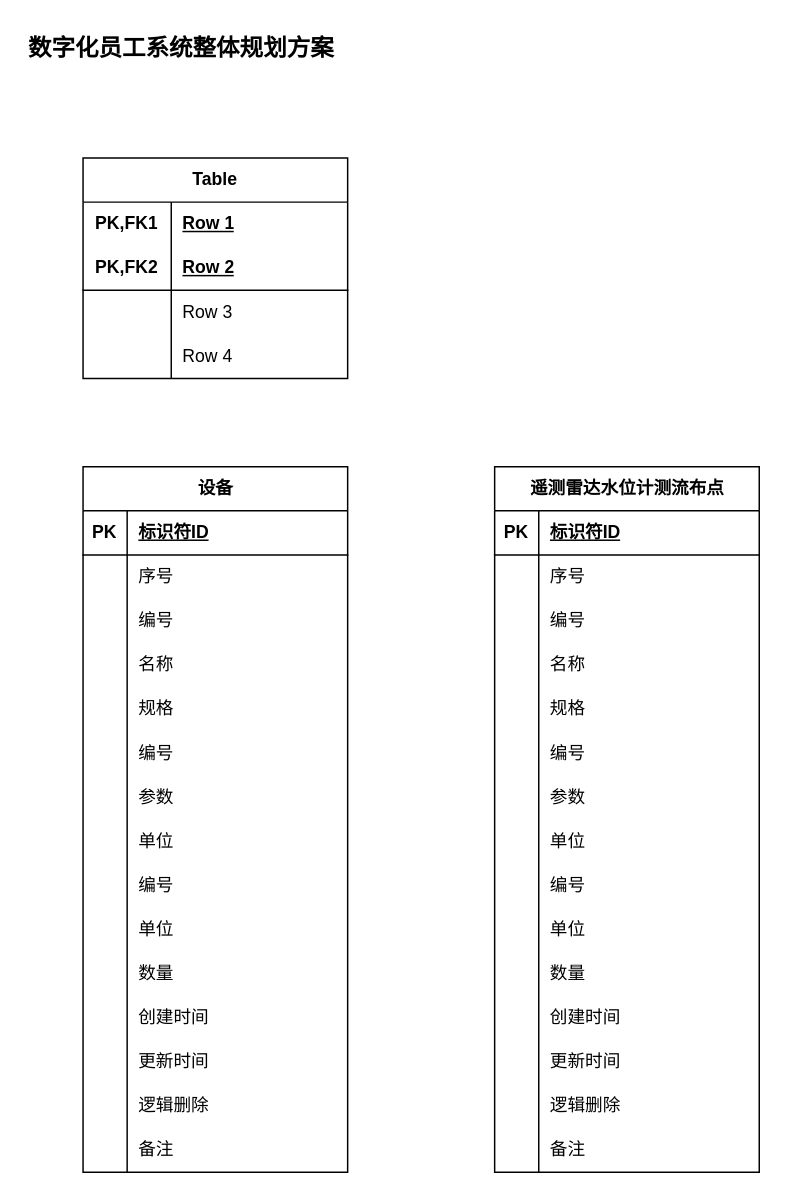
Above: src/main/work/zhonghuan/20231030115011.drawio in ab-doc/draw.io (draw.io), before the change. Source tidied: cells renumbered, new cells numbered last; positions are measured from the earlier drawing's top-left corner, leaving out a move shared by most shapes. Both pictures are drawn from the tidied source at 147%, with x=0, y=0 at pixel (24, 25).
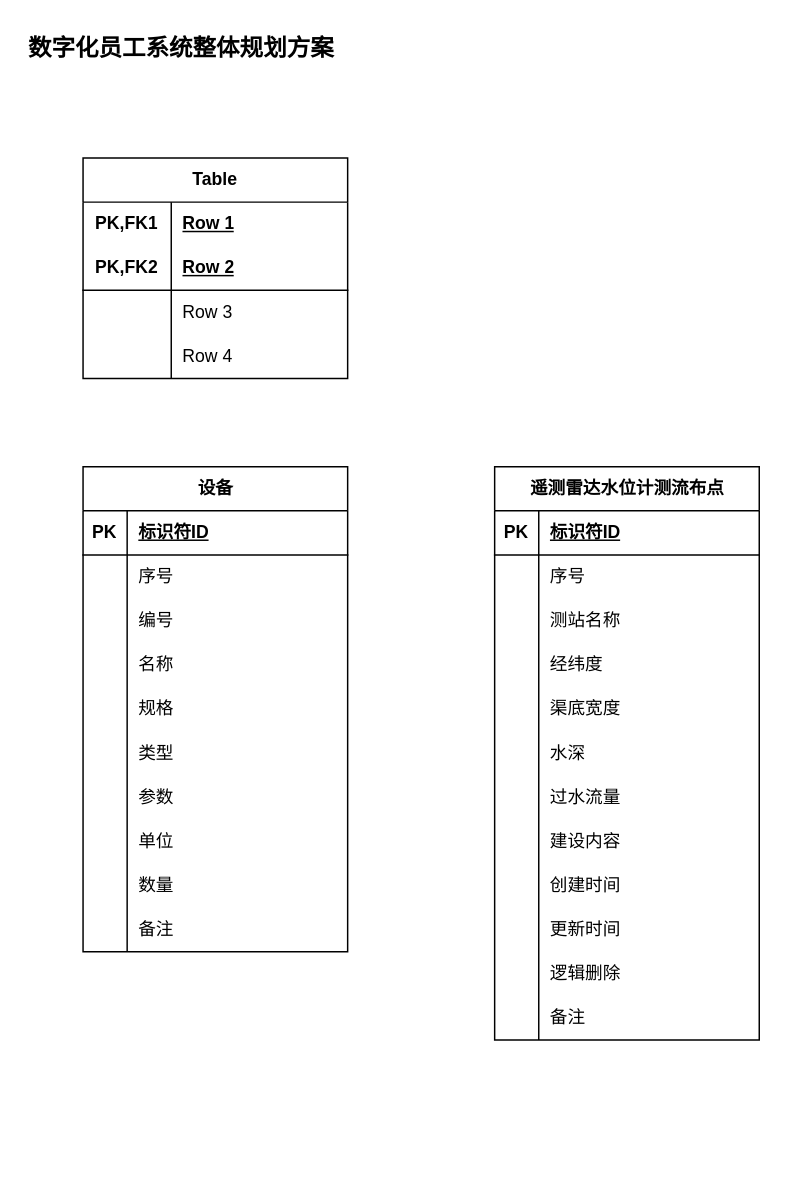
Above is the later version.

Unchanged cells that the change refers to:
```xml
<mxCell id="32" style="shape=tableRow;horizontal=0;startSize=0;swimlaneHead=0;swimlaneBody=0;fillColor=none;top=0;left=0;right=0;bottom=0;" parent="16" vertex="1">
  <mxGeometry y="180" width="180" height="30" as="geometry" />
</mxCell>
<mxCell id="69" style="shape=tableRow;horizontal=0;startSize=0;swimlaneHead=0;swimlaneBody=0;fillColor=none;top=0;left=0;right=0;bottom=0;" parent="62" vertex="1">
  <mxGeometry y="90" width="180" height="30" as="geometry" />
</mxCell>
<mxCell id="72" style="shape=tableRow;horizontal=0;startSize=0;swimlaneHead=0;swimlaneBody=0;fillColor=none;top=0;left=0;right=0;bottom=0;" parent="62" vertex="1">
  <mxGeometry y="120" width="180" height="30" as="geometry" />
</mxCell>
<mxCell id="75" style="shape=tableRow;horizontal=0;startSize=0;swimlaneHead=0;swimlaneBody=0;fillColor=none;top=0;left=0;right=0;bottom=0;" parent="62" vertex="1">
  <mxGeometry y="150" width="180" height="30" as="geometry" />
</mxCell>
<mxCell id="78" style="shape=tableRow;horizontal=0;startSize=0;swimlaneHead=0;swimlaneBody=0;fillColor=none;top=0;left=0;right=0;bottom=0;" parent="62" vertex="1">
  <mxGeometry y="180" width="180" height="30" as="geometry" />
</mxCell>
<mxCell id="81" style="shape=tableRow;horizontal=0;startSize=0;swimlaneHead=0;swimlaneBody=0;fillColor=none;top=0;left=0;right=0;bottom=0;" parent="62" vertex="1">
  <mxGeometry y="210" width="180" height="30" as="geometry" />
</mxCell>
```

The edit, as a diff of the source:
```diff
@@
     <mxCell id="16" value="设备" style="shape=table;startSize=30;childLayout=tableLayout;rowLines=0;fontStyle=1;align=center;html=1;" parent="1" vertex="1">
-      <mxGeometry x="40" y="300" width="180" height="480" as="geometry" />
+      <mxGeometry x="40" y="300" width="180" height="330" as="geometry" />
     </mxCell>
@@
-    <mxCell id="34" value="编号" style="shape=partialRectangle;fillColor=none;top=0;left=0;bottom=0;right=0;align=left;spacingLeft=6;overflow=hidden;whiteSpace=wrap;html=1;" parent="32" vertex="1">
+    <mxCell id="34" value="类型" style="shape=partialRectangle;fillColor=none;top=0;left=0;bottom=0;right=0;align=left;spacingLeft=6;overflow=hidden;whiteSpace=wrap;html=1;" parent="32" vertex="1">
       <mxGeometry x="30" width="150" height="30" as="geometry" />
     </mxCell>
@@
-    <mxCell id="38" style="shape=tableRow;horizontal=0;startSize=0;swimlaneHead=0;swimlaneBody=0;fillColor=none;top=0;left=0;right=0;bottom=0;" parent="16" vertex="1">
-      <mxGeometry y="240" width="180" height="30" as="geometry" />
-    </mxCell>
-    <mxCell id="39" style="shape=partialRectangle;fillColor=none;top=0;left=0;bottom=0;right=0;overflow=hidden;whiteSpace=wrap;html=1;" parent="38" vertex="1">
-      <mxGeometry width="30" height="30" as="geometry" />
-    </mxCell>
-    <mxCell id="40" value="单位" style="shape=partialRectangle;fillColor=none;top=0;left=0;bottom=0;right=0;align=left;spacingLeft=6;overflow=hidden;whiteSpace=wrap;html=1;" parent="38" vertex="1">
-      <mxGeometry x="30" width="150" height="30" as="geometry" />
-    </mxCell>
-    <mxCell id="41" style="shape=tableRow;horizontal=0;startSize=0;swimlaneHead=0;swimlaneBody=0;fillColor=none;top=0;left=0;right=0;bottom=0;" parent="16" vertex="1">
-      <mxGeometry y="270" width="180" height="30" as="geometry" />
-    </mxCell>
-    <mxCell id="42" style="shape=partialRectangle;fillColor=none;top=0;left=0;bottom=0;right=0;overflow=hidden;whiteSpace=wrap;html=1;" parent="41" vertex="1">
-      <mxGeometry width="30" height="30" as="geometry" />
-    </mxCell>
-    <mxCell id="43" value="编号" style="shape=partialRectangle;fillColor=none;top=0;left=0;bottom=0;right=0;align=left;spacingLeft=6;overflow=hidden;whiteSpace=wrap;html=1;" parent="41" vertex="1">
-      <mxGeometry x="30" width="150" height="30" as="geometry" />
-    </mxCell>
     <mxCell id="44" style="shape=tableRow;horizontal=0;startSize=0;swimlaneHead=0;swimlaneBody=0;fillColor=none;top=0;left=0;right=0;bottom=0;" parent="16" vertex="1">
-      <mxGeometry y="300" width="180" height="30" as="geometry" />
+      <mxGeometry y="240" width="180" height="30" as="geometry" />
     </mxCell>
@@
     <mxCell id="47" style="shape=tableRow;horizontal=0;startSize=0;swimlaneHead=0;swimlaneBody=0;fillColor=none;top=0;left=0;right=0;bottom=0;" parent="16" vertex="1">
-      <mxGeometry y="330" width="180" height="30" as="geometry" />
+      <mxGeometry y="270" width="180" height="30" as="geometry" />
     </mxCell>
@@
-    <mxCell id="50" style="shape=tableRow;horizontal=0;startSize=0;swimlaneHead=0;swimlaneBody=0;fillColor=none;top=0;left=0;right=0;bottom=0;" parent="16" vertex="1">
-      <mxGeometry y="360" width="180" height="30" as="geometry" />
-    </mxCell>
-    <mxCell id="51" style="shape=partialRectangle;fillColor=none;top=0;left=0;bottom=0;right=0;overflow=hidden;whiteSpace=wrap;html=1;" parent="50" vertex="1">
-      <mxGeometry width="30" height="30" as="geometry" />
-    </mxCell>
-    <mxCell id="52" value="创建时间" style="shape=partialRectangle;fillColor=none;top=0;left=0;bottom=0;right=0;align=left;spacingLeft=6;overflow=hidden;whiteSpace=wrap;html=1;" parent="50" vertex="1">
-      <mxGeometry x="30" width="150" height="30" as="geometry" />
-    </mxCell>
-    <mxCell id="53" style="shape=tableRow;horizontal=0;startSize=0;swimlaneHead=0;swimlaneBody=0;fillColor=none;top=0;left=0;right=0;bottom=0;" parent="16" vertex="1">
-      <mxGeometry y="390" width="180" height="30" as="geometry" />
-    </mxCell>
-    <mxCell id="54" style="shape=partialRectangle;fillColor=none;top=0;left=0;bottom=0;right=0;overflow=hidden;whiteSpace=wrap;html=1;" parent="53" vertex="1">
-      <mxGeometry width="30" height="30" as="geometry" />
-    </mxCell>
-    <mxCell id="55" value="更新时间" style="shape=partialRectangle;fillColor=none;top=0;left=0;bottom=0;right=0;align=left;spacingLeft=6;overflow=hidden;whiteSpace=wrap;html=1;" parent="53" vertex="1">
-      <mxGeometry x="30" width="150" height="30" as="geometry" />
-    </mxCell>
-    <mxCell id="56" style="shape=tableRow;horizontal=0;startSize=0;swimlaneHead=0;swimlaneBody=0;fillColor=none;top=0;left=0;right=0;bottom=0;" parent="16" vertex="1">
-      <mxGeometry y="420" width="180" height="30" as="geometry" />
-    </mxCell>
-    <mxCell id="57" style="shape=partialRectangle;fillColor=none;top=0;left=0;bottom=0;right=0;overflow=hidden;whiteSpace=wrap;html=1;" parent="56" vertex="1">
-      <mxGeometry width="30" height="30" as="geometry" />
-    </mxCell>
-    <mxCell id="58" value="逻辑删除" style="shape=partialRectangle;fillColor=none;top=0;left=0;bottom=0;right=0;align=left;spacingLeft=6;overflow=hidden;whiteSpace=wrap;html=1;" parent="56" vertex="1">
-      <mxGeometry x="30" width="150" height="30" as="geometry" />
-    </mxCell>
     <mxCell id="59" style="shape=tableRow;horizontal=0;startSize=0;swimlaneHead=0;swimlaneBody=0;fillColor=none;top=0;left=0;right=0;bottom=0;" parent="16" vertex="1">
-      <mxGeometry y="450" width="180" height="30" as="geometry" />
+      <mxGeometry y="300" width="180" height="30" as="geometry" />
     </mxCell>
@@
     <mxCell id="62" value="遥测雷达水位计测流布点" style="shape=table;startSize=30;childLayout=tableLayout;rowLines=0;fontStyle=1;align=center;html=1;" parent="1" vertex="1">
-      <mxGeometry x="320" y="300" width="180" height="480" as="geometry" />
+      <mxGeometry x="320" y="300" width="180" height="390" as="geometry" />
     </mxCell>
@@
-    <mxCell id="71" value="编号" style="shape=partialRectangle;fillColor=none;top=0;left=0;bottom=0;right=0;align=left;spacingLeft=6;overflow=hidden;whiteSpace=wrap;html=1;" parent="69" vertex="1">
+    <mxCell id="71" value="测站名称" style="shape=partialRectangle;fillColor=none;top=0;left=0;bottom=0;right=0;align=left;spacingLeft=6;overflow=hidden;whiteSpace=wrap;html=1;" parent="69" vertex="1">
       <mxGeometry x="30" width="150" height="30" as="geometry" />
     </mxCell>
@@
-    <mxCell id="74" value="名称" style="shape=partialRectangle;fillColor=none;top=0;left=0;bottom=0;right=0;align=left;spacingLeft=6;overflow=hidden;whiteSpace=wrap;html=1;" parent="72" vertex="1">
+    <mxCell id="74" value="经纬度" style="shape=partialRectangle;fillColor=none;top=0;left=0;bottom=0;right=0;align=left;spacingLeft=6;overflow=hidden;whiteSpace=wrap;html=1;" parent="72" vertex="1">
       <mxGeometry x="30" width="150" height="30" as="geometry" />
     </mxCell>
@@
-    <mxCell id="77" value="规格&lt;span style=&quot;white-space: pre;&quot;&gt;&#9;&lt;/span&gt;&lt;br&gt;" style="shape=partialRectangle;fillColor=none;top=0;left=0;bottom=0;right=0;align=left;spacingLeft=6;overflow=hidden;whiteSpace=wrap;html=1;" parent="75" vertex="1">
+    <mxCell id="77" value="渠底宽度" style="shape=partialRectangle;fillColor=none;top=0;left=0;bottom=0;right=0;align=left;spacingLeft=6;overflow=hidden;whiteSpace=wrap;html=1;" parent="75" vertex="1">
       <mxGeometry x="30" width="150" height="30" as="geometry" />
     </mxCell>
@@
-    <mxCell id="80" value="编号" style="shape=partialRectangle;fillColor=none;top=0;left=0;bottom=0;right=0;align=left;spacingLeft=6;overflow=hidden;whiteSpace=wrap;html=1;" parent="78" vertex="1">
+    <mxCell id="80" value="水深" style="shape=partialRectangle;fillColor=none;top=0;left=0;bottom=0;right=0;align=left;spacingLeft=6;overflow=hidden;whiteSpace=wrap;html=1;" parent="78" vertex="1">
       <mxGeometry x="30" width="150" height="30" as="geometry" />
     </mxCell>
@@
-    <mxCell id="83" value="参数" style="shape=partialRectangle;fillColor=none;top=0;left=0;bottom=0;right=0;align=left;spacingLeft=6;overflow=hidden;whiteSpace=wrap;html=1;" parent="81" vertex="1">
+    <mxCell id="83" value="过水流量" style="shape=partialRectangle;fillColor=none;top=0;left=0;bottom=0;right=0;align=left;spacingLeft=6;overflow=hidden;whiteSpace=wrap;html=1;" parent="81" vertex="1">
       <mxGeometry x="30" width="150" height="30" as="geometry" />
     </mxCell>
-    <mxCell id="84" style="shape=tableRow;horizontal=0;startSize=0;swimlaneHead=0;swimlaneBody=0;fillColor=none;top=0;left=0;right=0;bottom=0;" parent="62" vertex="1">
-      <mxGeometry y="240" width="180" height="30" as="geometry" />
-    </mxCell>
-    <mxCell id="85" style="shape=partialRectangle;fillColor=none;top=0;left=0;bottom=0;right=0;overflow=hidden;whiteSpace=wrap;html=1;" parent="84" vertex="1">
-      <mxGeometry width="30" height="30" as="geometry" />
-    </mxCell>
-    <mxCell id="86" value="单位" style="shape=partialRectangle;fillColor=none;top=0;left=0;bottom=0;right=0;align=left;spacingLeft=6;overflow=hidden;whiteSpace=wrap;html=1;" parent="84" vertex="1">
-      <mxGeometry x="30" width="150" height="30" as="geometry" />
-    </mxCell>
-    <mxCell id="87" style="shape=tableRow;horizontal=0;startSize=0;swimlaneHead=0;swimlaneBody=0;fillColor=none;top=0;left=0;right=0;bottom=0;" parent="62" vertex="1">
-      <mxGeometry y="270" width="180" height="30" as="geometry" />
-    </mxCell>
-    <mxCell id="88" style="shape=partialRectangle;fillColor=none;top=0;left=0;bottom=0;right=0;overflow=hidden;whiteSpace=wrap;html=1;" parent="87" vertex="1">
-      <mxGeometry width="30" height="30" as="geometry" />
-    </mxCell>
-    <mxCell id="89" value="编号" style="shape=partialRectangle;fillColor=none;top=0;left=0;bottom=0;right=0;align=left;spacingLeft=6;overflow=hidden;whiteSpace=wrap;html=1;" parent="87" vertex="1">
-      <mxGeometry x="30" width="150" height="30" as="geometry" />
-    </mxCell>
-    <mxCell id="90" style="shape=tableRow;horizontal=0;startSize=0;swimlaneHead=0;swimlaneBody=0;fillColor=none;top=0;left=0;right=0;bottom=0;" parent="62" vertex="1">
-      <mxGeometry y="300" width="180" height="30" as="geometry" />
-    </mxCell>
-    <mxCell id="91" style="shape=partialRectangle;fillColor=none;top=0;left=0;bottom=0;right=0;overflow=hidden;whiteSpace=wrap;html=1;" parent="90" vertex="1">
-      <mxGeometry width="30" height="30" as="geometry" />
-    </mxCell>
-    <mxCell id="92" value="单位" style="shape=partialRectangle;fillColor=none;top=0;left=0;bottom=0;right=0;align=left;spacingLeft=6;overflow=hidden;whiteSpace=wrap;html=1;" parent="90" vertex="1">
-      <mxGeometry x="30" width="150" height="30" as="geometry" />
-    </mxCell>
-    <mxCell id="93" style="shape=tableRow;horizontal=0;startSize=0;swimlaneHead=0;swimlaneBody=0;fillColor=none;top=0;left=0;right=0;bottom=0;" parent="62" vertex="1">
-      <mxGeometry y="330" width="180" height="30" as="geometry" />
-    </mxCell>
-    <mxCell id="94" style="shape=partialRectangle;fillColor=none;top=0;left=0;bottom=0;right=0;overflow=hidden;whiteSpace=wrap;html=1;" parent="93" vertex="1">
-      <mxGeometry width="30" height="30" as="geometry" />
-    </mxCell>
-    <mxCell id="95" value="数量" style="shape=partialRectangle;fillColor=none;top=0;left=0;bottom=0;right=0;align=left;spacingLeft=6;overflow=hidden;whiteSpace=wrap;html=1;" parent="93" vertex="1">
-      <mxGeometry x="30" width="150" height="30" as="geometry" />
-    </mxCell>
+    <mxCell id="108" style="shape=tableRow;horizontal=0;startSize=0;swimlaneHead=0;swimlaneBody=0;fillColor=none;top=0;left=0;right=0;bottom=0;" parent="62" vertex="1">
+      <mxGeometry y="240" width="180" height="30" as="geometry" />
+    </mxCell>
+    <mxCell id="109" style="shape=partialRectangle;fillColor=none;top=0;left=0;bottom=0;right=0;overflow=hidden;whiteSpace=wrap;html=1;" parent="108" vertex="1">
+      <mxGeometry width="30" height="30" as="geometry" />
+    </mxCell>
+    <mxCell id="110" value="建设内容" style="shape=partialRectangle;fillColor=none;top=0;left=0;bottom=0;right=0;align=left;spacingLeft=6;overflow=hidden;whiteSpace=wrap;html=1;" parent="108" vertex="1">
+      <mxGeometry x="30" width="150" height="30" as="geometry" />
+    </mxCell>
     <mxCell id="96" style="shape=tableRow;horizontal=0;startSize=0;swimlaneHead=0;swimlaneBody=0;fillColor=none;top=0;left=0;right=0;bottom=0;" parent="62" vertex="1">
-      <mxGeometry y="360" width="180" height="30" as="geometry" />
+      <mxGeometry y="270" width="180" height="30" as="geometry" />
     </mxCell>
@@
     <mxCell id="99" style="shape=tableRow;horizontal=0;startSize=0;swimlaneHead=0;swimlaneBody=0;fillColor=none;top=0;left=0;right=0;bottom=0;" parent="62" vertex="1">
-      <mxGeometry y="390" width="180" height="30" as="geometry" />
+      <mxGeometry y="300" width="180" height="30" as="geometry" />
     </mxCell>
@@
     <mxCell id="102" style="shape=tableRow;horizontal=0;startSize=0;swimlaneHead=0;swimlaneBody=0;fillColor=none;top=0;left=0;right=0;bottom=0;" parent="62" vertex="1">
-      <mxGeometry y="420" width="180" height="30" as="geometry" />
+      <mxGeometry y="330" width="180" height="30" as="geometry" />
     </mxCell>
@@
     <mxCell id="105" style="shape=tableRow;horizontal=0;startSize=0;swimlaneHead=0;swimlaneBody=0;fillColor=none;top=0;left=0;right=0;bottom=0;" parent="62" vertex="1">
-      <mxGeometry y="450" width="180" height="30" as="geometry" />
+      <mxGeometry y="360" width="180" height="30" as="geometry" />
     </mxCell>
```
